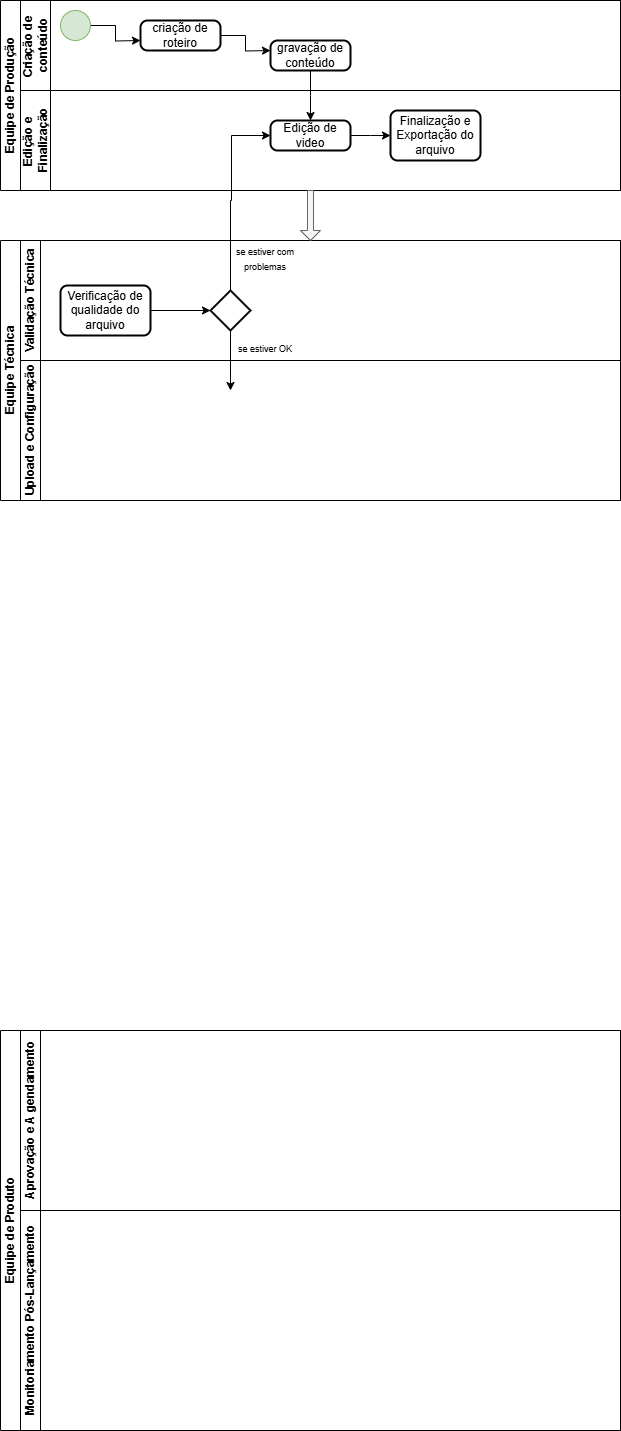
This is Diagrama 2.0.drawio.png from Andynlx01/fluxograma.aprensa-o, a draw.io export, as it was before one commit. Source tidied: cells renumbered, new cells last; positions are measured from the earlier drawing's top-left corner, leaving out a move shared by most shapes.
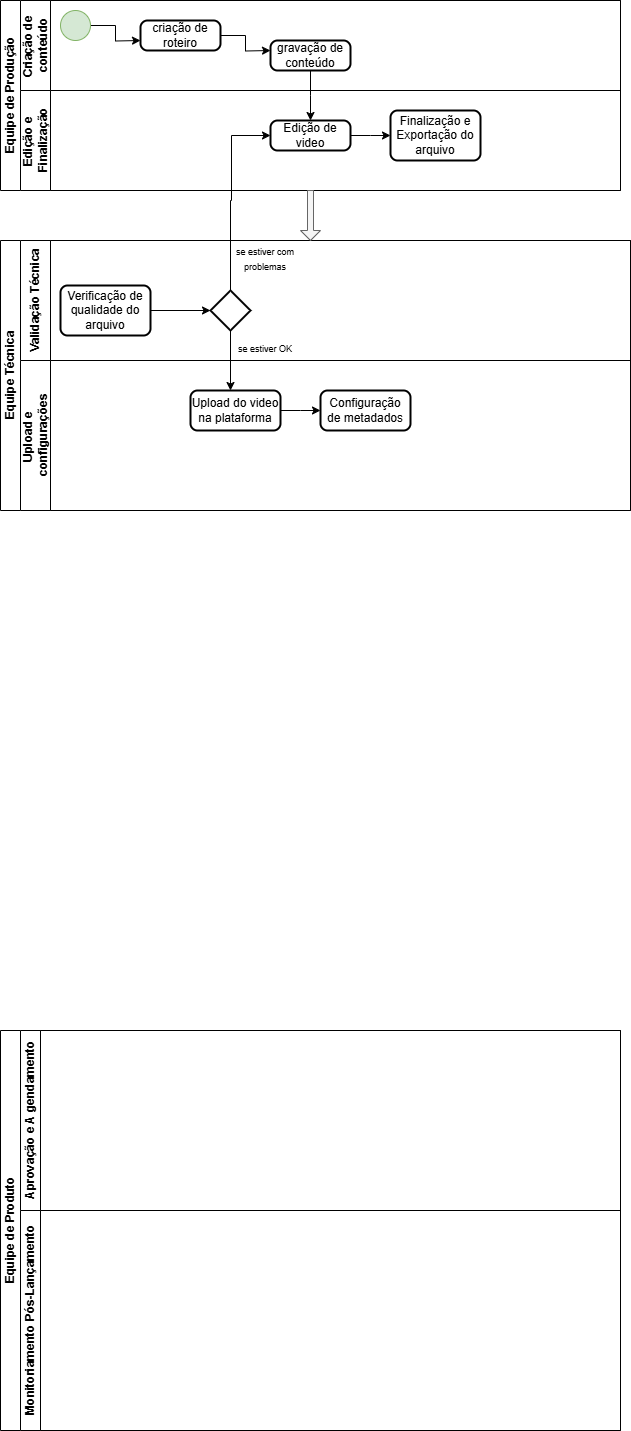
The same file after the commit.

Diff of the diagram source:
```diff
@@ -47,10 +47,10 @@
       <mxGeometry x="370" y="20" width="90" height="50" as="geometry" />
     </mxCell>
     <mxCell id="14" value="Equipe Técnica" style="swimlane;horizontal=0;startSize=20;html=1;" parent="1" vertex="1">
-      <mxGeometry y="240" width="620" height="260" as="geometry" />
+      <mxGeometry y="240" width="630" height="270" as="geometry" />
     </mxCell>
-    <mxCell id="15" value="Validação Técnica" style="swimlane;startSize=20;horizontal=0;html=1;" parent="14" vertex="1">
-      <mxGeometry x="20" width="600" height="120" as="geometry" />
+    <mxCell id="15" value="Validação Técnica" style="swimlane;startSize=30;horizontal=0;html=1;" parent="14" vertex="1">
+      <mxGeometry x="20" width="610" height="120" as="geometry" />
     </mxCell>
     <mxCell id="16" value="Verificação de qualidade do arquivo" style="rounded=1;whiteSpace=wrap;html=1;absoluteArcSize=1;arcSize=14;strokeWidth=2;" parent="15" vertex="1">
       <mxGeometry x="40" y="45" width="90" height="50" as="geometry" />
@@ -72,9 +72,20 @@
     <mxCell id="21" value="&lt;font style=&quot;font-size: 9px;&quot;&gt;se estiver OK&lt;/font&gt;" style="text;strokeColor=none;align=center;fillColor=none;html=1;verticalAlign=middle;whiteSpace=wrap;rounded=0;" parent="15" vertex="1">
       <mxGeometry x="210" y="90" width="70" height="35" as="geometry" />
     </mxCell>
-    <mxCell id="22" value="Upload e Configuração" style="swimlane;startSize=20;horizontal=0;html=1;" parent="14" vertex="1">
-      <mxGeometry x="20" y="120" width="600" height="140" as="geometry" />
+    <mxCell id="22" value="Upload e&amp;nbsp;&lt;div&gt;configurações&lt;/div&gt;" style="swimlane;startSize=30;horizontal=0;html=1;" parent="14" vertex="1">
+      <mxGeometry x="20" y="120" width="610" height="150" as="geometry" />
     </mxCell>
+    <mxCell id="28" style="edgeStyle=orthogonalEdgeStyle;rounded=0;jettySize=auto;html=1;" parent="22" edge="1" source="29">
+      <mxGeometry relative="1" as="geometry">
+        <mxPoint x="300" y="50" as="targetPoint" />
+      </mxGeometry>
+    </mxCell>
+    <mxCell id="29" value="Upload do video na plataforma" style="rounded=1;whiteSpace=wrap;html=1;absoluteArcSize=1;arcSize=14;strokeWidth=2;" parent="22" vertex="1">
+      <mxGeometry x="170" y="30" width="90" height="40" as="geometry" />
+    </mxCell>
+    <mxCell id="30" value="Configuração de metadados" style="rounded=1;whiteSpace=wrap;html=1;absoluteArcSize=1;arcSize=14;strokeWidth=2;" parent="22" vertex="1">
+      <mxGeometry x="300" y="30" width="90" height="40" as="geometry" />
+    </mxCell>
     <mxCell id="23" value="Equipe de Produto" style="swimlane;horizontal=0;startSize=20;html=1;" parent="1" vertex="1">
       <mxGeometry y="1030" width="620" height="400" as="geometry" />
     </mxCell>
```
